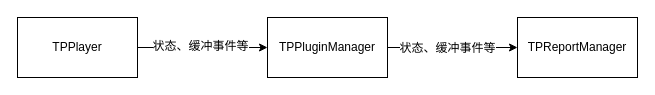
xmgtih/drawio keeps this draw.io diagram as report.drawio. Above is the earlier version. Source tidied: cells renumbered, new cells numbered last; positions are measured from the earlier drawing's top-left corner, leaving out a move shared by most shapes. Both pictures are drawn from the tidied source at 100%, with x=0, y=0 at pixel (17, 17).
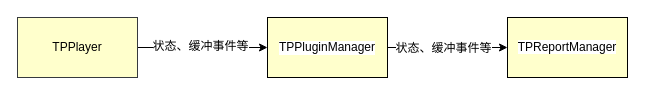
The same diagram, later.

Commit message:
change color to shallow yellow

The edit, as a diff of the source:
```diff
@@
 <mxGraphModel>
   <root>
     <mxCell id="0" />
     <mxCell id="1" parent="0" />
     <mxCell id="2" style="edgeStyle=orthogonalEdgeStyle;rounded=0;jettySize=auto;html=1;" parent="1" edge="1" source="4" target="7">
       <mxGeometry relative="1" as="geometry" />
     </mxCell>
     <mxCell id="3" value="状态、缓冲事件等" style="text;html=1;align=center;verticalAlign=middle;labelBackgroundColor=#ffffff;" parent="2" vertex="1">
       <mxGeometry x="-0.05" y="2" relative="1" as="geometry" />
     </mxCell>
-    <mxCell id="4" value="TPPlayer" style="rounded=0;whiteSpace=wrap;html=1;" parent="1" vertex="1">
+    <mxCell id="4" value="TPPlayer" style="rounded=0;whiteSpace=wrap;html=1;fillColor=#FFFFCC;strokeColor=#36393d;" parent="1" vertex="1">
       <mxGeometry width="120" height="60" as="geometry" />
     </mxCell>
     <mxCell id="5" style="edgeStyle=orthogonalEdgeStyle;rounded=0;jettySize=auto;html=1;" parent="1" edge="1" source="7" target="8">
       <mxGeometry relative="1" as="geometry" />
     </mxCell>
     <mxCell id="6" value="状态、缓冲事件等" style="text;html=1;align=center;verticalAlign=middle;labelBackgroundColor=#ffffff;" parent="5" vertex="1">
       <mxGeometry x="-0.09" relative="1" as="geometry" />
     </mxCell>
-    <mxCell id="7" value="&lt;pre&gt;&lt;span style=&quot;background-color: rgb(255 , 255 , 255)&quot;&gt;&lt;font style=&quot;font-size: 12px&quot; face=&quot;Helvetica&quot;&gt;TPPluginManager&lt;/font&gt;&lt;/span&gt;&lt;/pre&gt;" style="rounded=0;whiteSpace=wrap;html=1;" parent="1" vertex="1">
+    <mxCell id="7" value="&lt;pre&gt;&lt;span style=&quot;background-color: rgb(255 , 255 , 255)&quot;&gt;&lt;font style=&quot;font-size: 12px&quot; face=&quot;Helvetica&quot;&gt;TPPluginManager&lt;/font&gt;&lt;/span&gt;&lt;/pre&gt;" style="rounded=0;whiteSpace=wrap;html=1;fillColor=#FFFFCC;strokeColor=#000000;" parent="1" vertex="1">
       <mxGeometry x="250" width="120" height="60" as="geometry" />
     </mxCell>
-    <mxCell id="8" value="&lt;pre&gt;&lt;font style=&quot;font-size: 12px ; background-color: rgb(255 , 255 , 255)&quot; face=&quot;Helvetica&quot;&gt;TPReportManager&lt;/font&gt;&lt;/pre&gt;" style="rounded=0;whiteSpace=wrap;html=1;" parent="1" vertex="1">
-      <mxGeometry x="500" width="120" height="60" as="geometry" />
+    <mxCell id="8" value="&lt;pre&gt;&lt;font style=&quot;font-size: 12px ; background-color: rgb(255 , 255 , 255)&quot; face=&quot;Helvetica&quot;&gt;TPReportManager&lt;/font&gt;&lt;/pre&gt;" style="rounded=0;whiteSpace=wrap;html=1;fillColor=#FFFFCC;" parent="1" vertex="1">
+      <mxGeometry x="490" width="120" height="60" as="geometry" />
     </mxCell>
   </root>
 </mxGraphModel>
```
